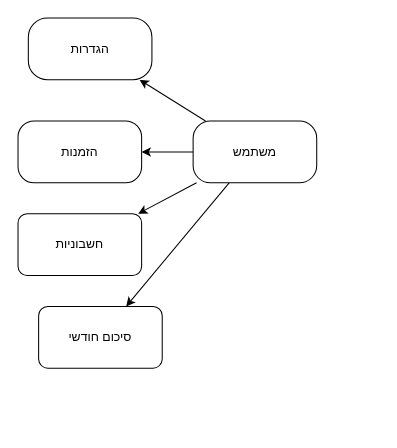
Above: page "Flow Data manager" (2 of 3) of Diagrams/orderHallSD.drawio in MosheYitzhakov/booking-halls (draw.io), before the change. Source tidied: cells renumbered, new cells numbered last; positions are measured from the earlier drawing's top-left corner, leaving out a move shared by most shapes. Both pictures are drawn from the tidied source at 103%, with x=0, y=0 at pixel (18, 18).
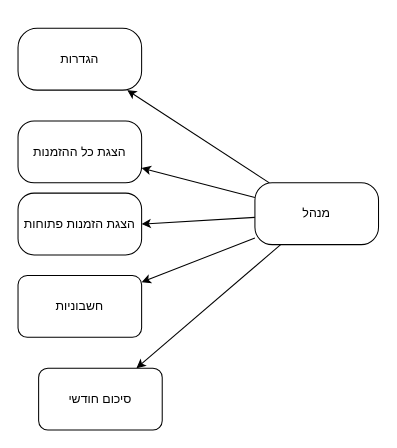
After the change.

What changed in the source:
```diff
@@
 <mxGraphModel>
   <root>
     <mxCell id="0" />
     <mxCell id="1" parent="0" />
     <mxCell id="2" style="edgeStyle=none;html=1;" parent="1" edge="1" source="6" target="7">
       <mxGeometry relative="1" as="geometry" />
     </mxCell>
     <mxCell id="3" style="edgeStyle=none;html=1;" parent="1" edge="1" source="6" target="8">
       <mxGeometry relative="1" as="geometry" />
     </mxCell>
     <mxCell id="4" style="edgeStyle=none;html=1;" parent="1" edge="1" source="6" target="9">
       <mxGeometry relative="1" as="geometry" />
     </mxCell>
     <mxCell id="5" style="edgeStyle=none;html=1;" parent="1" edge="1" source="6" target="10">
       <mxGeometry relative="1" as="geometry" />
     </mxCell>
+    <mxCell id="11" style="edgeStyle=none;html=1;entryX=1;entryY=0.5;entryDx=0;entryDy=0;" parent="1" edge="1" source="6" target="12">
+      <mxGeometry relative="1" as="geometry" />
+    </mxCell>
-    <mxCell id="6" value="משתמש" style="rounded=1;whiteSpace=wrap;html=1;arcSize=28;" parent="1" vertex="1">
-      <mxGeometry x="170" y="100" width="120" height="60" as="geometry" />
+    <mxCell id="6" value="מנהל" style="rounded=1;whiteSpace=wrap;html=1;arcSize=28;" parent="1" vertex="1">
+      <mxGeometry x="230" y="160" width="120" height="60" as="geometry" />
     </mxCell>
     <mxCell id="7" value="הגדרות" style="rounded=1;whiteSpace=wrap;html=1;arcSize=31;" parent="1" vertex="1">
-      <mxGeometry x="10" width="120" height="60" as="geometry" />
+      <mxGeometry y="10" width="120" height="60" as="geometry" />
     </mxCell>
-    <mxCell id="8" value="הזמנות" style="rounded=1;whiteSpace=wrap;html=1;arcSize=26;" parent="1" vertex="1">
+    <mxCell id="8" value="הצגת כל ההזמנות" style="rounded=1;whiteSpace=wrap;html=1;arcSize=26;" parent="1" vertex="1">
       <mxGeometry y="100" width="120" height="60" as="geometry" />
     </mxCell>
     <mxCell id="9" value="חשבוניות" style="rounded=1;whiteSpace=wrap;html=1;" parent="1" vertex="1">
-      <mxGeometry y="190" width="120" height="60" as="geometry" />
+      <mxGeometry y="250" width="120" height="60" as="geometry" />
     </mxCell>
     <mxCell id="10" value="סיכום חודשי" style="rounded=1;whiteSpace=wrap;html=1;" parent="1" vertex="1">
-      <mxGeometry x="20" y="280" width="120" height="60" as="geometry" />
+      <mxGeometry x="20" y="340" width="120" height="60" as="geometry" />
     </mxCell>
+    <mxCell id="12" value="הצגת הזמנות פתוחות" style="rounded=1;whiteSpace=wrap;html=1;arcSize=26;" parent="1" vertex="1">
+      <mxGeometry y="170" width="120" height="60" as="geometry" />
+    </mxCell>
   </root>
 </mxGraphModel>
```
